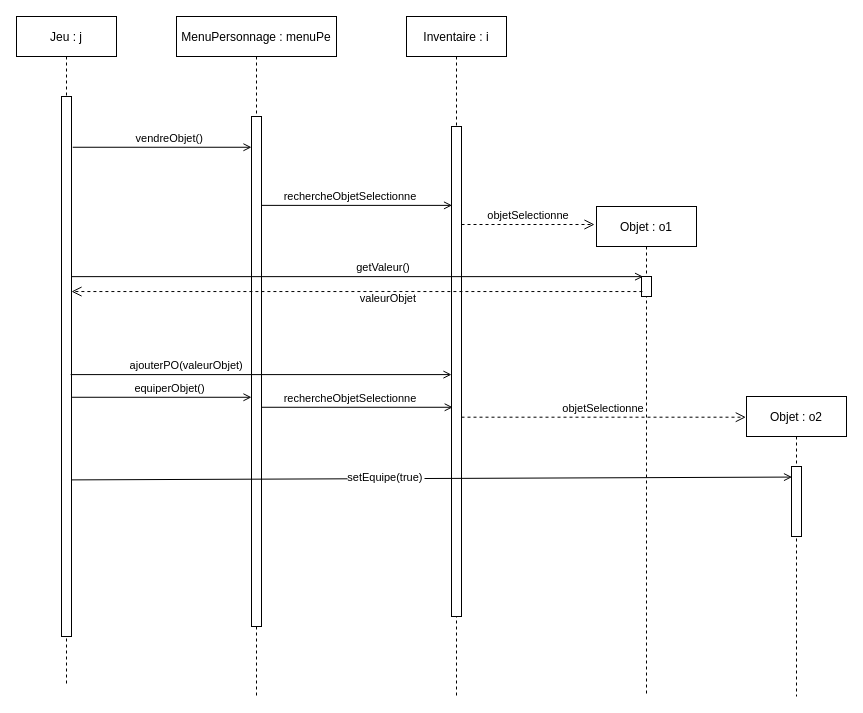
The draw.io diagram Diagrammes/Diagrammes de séquences/Diagramme de sequence - Scenario5.drawio in Eoloc/M1MIAGE_ProjetUML, before the edit. Source tidied: cells renumbered, new cells numbered last; positions are measured from the earlier drawing's top-left corner, leaving out a move shared by most shapes. Both pictures are drawn from the tidied source at 100%, with x=0, y=0 at pixel (16, 16).
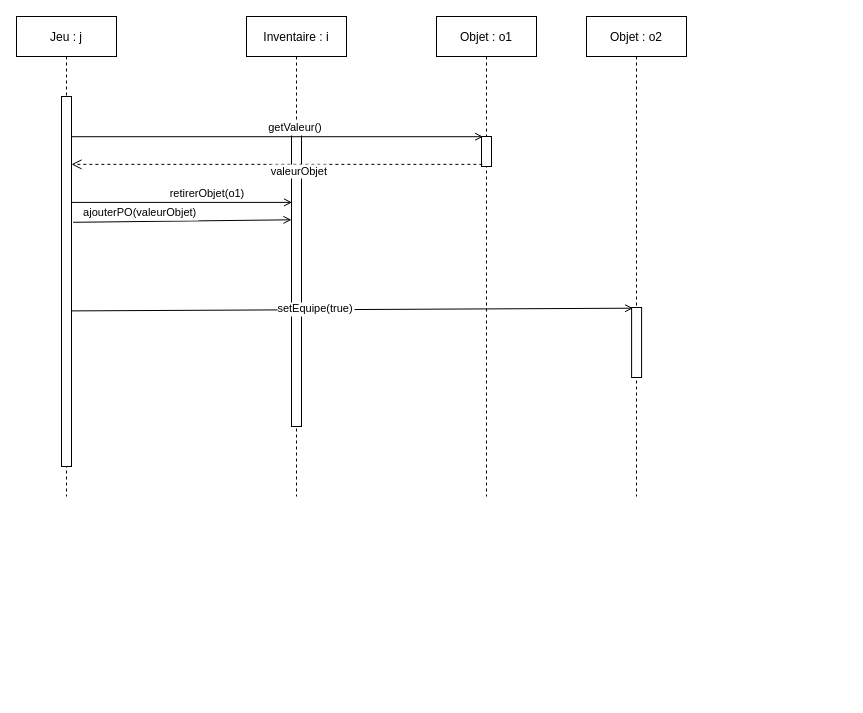
After the change.

Change to the diagram source:
```diff
@@
     <mxCell id="2" value="Jeu : j" style="shape=umlLifeline;perimeter=lifelinePerimeter;rounded=0;shadow=0;strokeWidth=1;" parent="1" vertex="1">
-      <mxGeometry width="100" height="670" as="geometry" />
+      <mxGeometry width="100" height="480" as="geometry" />
     </mxCell>
     <mxCell id="3" style="points=[];perimeter=orthogonalPerimeter;rounded=0;shadow=0;strokeWidth=1;" parent="2" vertex="1">
-      <mxGeometry x="45" y="80" width="10" height="540" as="geometry" />
+      <mxGeometry x="45" y="80" width="10" height="370" as="geometry" />
     </mxCell>
-    <mxCell id="4" value="MenuPersonnage : menuPe" style="shape=umlLifeline;perimeter=lifelinePerimeter;rounded=0;shadow=0;strokeWidth=1;" parent="1" vertex="1">
-      <mxGeometry x="160" width="160" height="680" as="geometry" />
-    </mxCell>
-    <mxCell id="5" style="points=[];perimeter=orthogonalPerimeter;rounded=0;shadow=0;strokeWidth=1;" parent="4" vertex="1">
-      <mxGeometry x="75" y="100" width="10" height="510" as="geometry" />
-    </mxCell>
     <mxCell id="6" value="Objet : o1" style="shape=umlLifeline;perimeter=lifelinePerimeter;rounded=0;shadow=0;strokeWidth=1;" parent="1" vertex="1">
-      <mxGeometry x="580" y="190" width="100" height="490" as="geometry" />
+      <mxGeometry x="420" width="100" height="480" as="geometry" />
     </mxCell>
     <mxCell id="7" style="points=[];perimeter=orthogonalPerimeter;rounded=0;shadow=0;strokeWidth=1;" parent="6" vertex="1">
-      <mxGeometry x="45" y="70" width="10" height="20" as="geometry" />
+      <mxGeometry x="45" y="120" width="10" height="30" as="geometry" />
     </mxCell>
-    <mxCell id="8" value="rechercheObjetSelectionne" style="verticalAlign=bottom;endArrow=open;endSize=6;shadow=0;strokeWidth=1;entryX=0.055;entryY=0.161;entryDx=0;entryDy=0;entryPerimeter=0;" parent="1" edge="1" source="5" target="10">
-      <mxGeometry x="-0.07" relative="1" as="geometry" />
-    </mxCell>
     <mxCell id="9" value="Inventaire : i" style="shape=umlLifeline;perimeter=lifelinePerimeter;rounded=0;shadow=0;strokeWidth=1;" parent="1" vertex="1">
-      <mxGeometry x="390" width="100" height="680" as="geometry" />
+      <mxGeometry x="230" width="100" height="480" as="geometry" />
     </mxCell>
     <mxCell id="10" style="points=[];perimeter=orthogonalPerimeter;rounded=0;shadow=0;strokeWidth=1;" parent="9" vertex="1">
-      <mxGeometry x="45" y="110" width="10" height="490" as="geometry" />
+      <mxGeometry x="45" y="110" width="10" height="300" as="geometry" />
     </mxCell>
-    <mxCell id="11" value="objetSelectionne" style="verticalAlign=bottom;endArrow=open;dashed=1;endSize=8;shadow=0;strokeWidth=1;" parent="1" edge="1" source="10">
-      <mxGeometry relative="1" as="geometry">
-        <mxPoint x="578" y="208" as="targetPoint" />
-      </mxGeometry>
-    </mxCell>
-    <mxCell id="12" value="vendreObjet()" style="verticalAlign=bottom;endArrow=open;endSize=6;shadow=0;strokeWidth=1;exitX=1.124;exitY=0.094;exitDx=0;exitDy=0;exitPerimeter=0;" parent="1" edge="1" source="3" target="5">
-      <mxGeometry x="0.09" relative="1" as="geometry" />
-    </mxCell>
@@
-    <mxCell id="14" value="valeurObjet" style="verticalAlign=bottom;endArrow=open;dashed=1;endSize=8;shadow=0;strokeWidth=1;exitX=0.09;exitY=0.753;exitDx=0;exitDy=0;exitPerimeter=0;" parent="1" edge="1" source="7" target="3">
+    <mxCell id="14" value="valeurObjet" style="verticalAlign=bottom;endArrow=open;dashed=1;endSize=8;shadow=0;strokeWidth=1;exitX=0.086;exitY=0.929;exitDx=0;exitDy=0;exitPerimeter=0;" parent="1" edge="1" source="7" target="3">
       <mxGeometry x="-0.11" y="16" relative="1" as="geometry" />
     </mxCell>
-    <mxCell id="15" value="ajouterPO(valeurObjet)" style="verticalAlign=bottom;endArrow=open;endSize=6;shadow=0;strokeWidth=1;exitX=0.917;exitY=0.515;exitDx=0;exitDy=0;exitPerimeter=0;" parent="1" edge="1" source="3" target="10">
+    <mxCell id="15" value="ajouterPO(valeurObjet)" style="verticalAlign=bottom;endArrow=open;endSize=6;shadow=0;strokeWidth=1;exitX=1.167;exitY=0.34;exitDx=0;exitDy=0;exitPerimeter=0;entryX=0;entryY=0.311;entryDx=0;entryDy=0;entryPerimeter=0;" parent="1" edge="1" source="3" target="10">
       <mxGeometry x="-0.39" relative="1" as="geometry" />
     </mxCell>
-    <mxCell id="16" value="rechercheObjetSelectionne" style="verticalAlign=bottom;endArrow=open;endSize=6;shadow=0;strokeWidth=1;entryX=0.124;entryY=0.573;entryDx=0;entryDy=0;entryPerimeter=0;" parent="1" edge="1" source="5" target="10">
-      <mxGeometry x="-0.07" relative="1" as="geometry" />
-    </mxCell>
-    <mxCell id="17" value="objetSelectionne" style="verticalAlign=bottom;endArrow=open;dashed=1;endSize=8;shadow=0;strokeWidth=1;entryX=-0.007;entryY=0.069;entryDx=0;entryDy=0;entryPerimeter=0;" parent="1" edge="1" source="10" target="19">
-      <mxGeometry relative="1" as="geometry" />
-    </mxCell>
-    <mxCell id="18" value="equiperObjet()" style="verticalAlign=bottom;endArrow=open;endSize=6;shadow=0;strokeWidth=1;exitX=1.055;exitY=0.557;exitDx=0;exitDy=0;exitPerimeter=0;" parent="1" edge="1" source="3" target="5">
-      <mxGeometry x="0.09" relative="1" as="geometry" />
-    </mxCell>
     <mxCell id="19" value="Objet : o2" style="shape=umlLifeline;perimeter=lifelinePerimeter;rounded=0;shadow=0;strokeWidth=1;" parent="1" vertex="1">
-      <mxGeometry x="730" y="380" width="100" height="300" as="geometry" />
+      <mxGeometry x="570" width="100" height="480" as="geometry" />
     </mxCell>
     <mxCell id="20" style="points=[];perimeter=orthogonalPerimeter;rounded=0;shadow=0;strokeWidth=1;" parent="19" vertex="1">
-      <mxGeometry x="45" y="70" width="10" height="70" as="geometry" />
+      <mxGeometry x="45.1" y="291" width="10" height="70" as="geometry" />
     </mxCell>
-    <mxCell id="21" value="setEquipe(true)" style="verticalAlign=bottom;endArrow=open;endSize=6;shadow=0;strokeWidth=1;exitX=0.986;exitY=0.71;exitDx=0;exitDy=0;exitPerimeter=0;entryX=0.055;entryY=0.151;entryDx=0;entryDy=0;entryPerimeter=0;" parent="1" edge="1" source="3" target="20">
-      <mxGeometry x="-0.13" y="-8" relative="1" as="geometry" />
+    <mxCell id="21" value="setEquipe(true)" style="verticalAlign=bottom;endArrow=open;endSize=6;shadow=0;strokeWidth=1;exitX=0.986;exitY=0.71;exitDx=0;exitDy=0;exitPerimeter=0;entryX=0.153;entryY=0.01;entryDx=0;entryDy=0;entryPerimeter=0;" parent="1" edge="1" target="20">
+      <mxGeometry x="-0.13" y="-8" relative="1" as="geometry">
+        <mxPoint x="55" y="294.4" as="sourcePoint" />
+      </mxGeometry>
     </mxCell>
+    <mxCell id="22" value="retirerObjet(o1)" style="verticalAlign=bottom;endArrow=open;endSize=6;shadow=0;strokeWidth=1;entryX=0.057;entryY=0.253;entryDx=0;entryDy=0;entryPerimeter=0;" parent="1" edge="1" source="3" target="10">
+      <mxGeometry x="0.23" relative="1" as="geometry" />
+    </mxCell>
```
